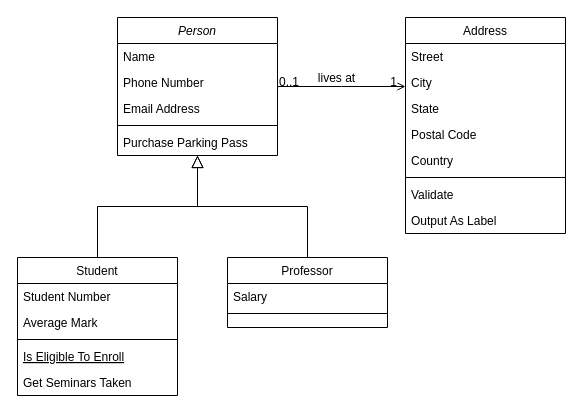
Hidalgo87/UdeMBank-Project keeps this draw.io diagram as Diagrama sin título.drawio. Above is the earlier version. Source tidied: cells renumbered, new cells numbered last; positions are measured from the earlier drawing's top-left corner, leaving out a move shared by most shapes. Both pictures are drawn from the tidied source at 100%, with x=0, y=0 at pixel (17, 17).
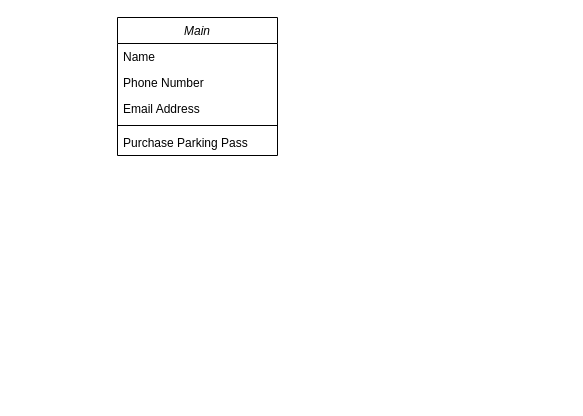
The same page after the edit.

Diff of the diagram source:
```diff
@@
-    <mxCell id="2" value="Person" style="swimlane;fontStyle=2;align=center;verticalAlign=top;horizontal=1;startSize=26;rounded=0;shadow=0;strokeWidth=1;" parent="1" vertex="1">
+    <mxCell id="2" value="Main" style="swimlane;fontStyle=2;align=center;verticalAlign=top;horizontal=1;startSize=26;rounded=0;shadow=0;strokeWidth=1;" parent="1" vertex="1">
       <mxGeometry x="100" width="160" height="138" as="geometry" />
     </mxCell>
@@
-    <mxCell id="8" value="Student" style="swimlane;fontStyle=0;align=center;verticalAlign=top;horizontal=1;startSize=26;rounded=0;shadow=0;strokeWidth=1;" parent="1" vertex="1">
-      <mxGeometry y="240" width="160" height="138" as="geometry" />
-    </mxCell>
-    <mxCell id="9" value="Student Number" style="text;align=left;verticalAlign=top;spacingLeft=4;spacingRight=4;overflow=hidden;" parent="8" vertex="1">
-      <mxGeometry y="26" width="160" height="26" as="geometry" />
-    </mxCell>
-    <mxCell id="10" value="Average Mark" style="text;align=left;verticalAlign=top;spacingLeft=4;spacingRight=4;overflow=hidden;rounded=0;shadow=0;html=0;" parent="8" vertex="1">
-      <mxGeometry y="52" width="160" height="26" as="geometry" />
-    </mxCell>
-    <mxCell id="11" style="line;html=1;strokeWidth=1;align=left;verticalAlign=middle;spacingTop=-1;spacingLeft=3;spacingRight=3;labelPosition=right;" parent="8" vertex="1">
-      <mxGeometry y="78" width="160" height="8" as="geometry" />
-    </mxCell>
-    <mxCell id="12" value="Is Eligible To Enroll" style="text;align=left;verticalAlign=top;spacingLeft=4;spacingRight=4;overflow=hidden;fontStyle=4;" parent="8" vertex="1">
-      <mxGeometry y="86" width="160" height="26" as="geometry" />
-    </mxCell>
-    <mxCell id="13" value="Get Seminars Taken" style="text;align=left;verticalAlign=top;spacingLeft=4;spacingRight=4;overflow=hidden;" parent="8" vertex="1">
-      <mxGeometry y="112" width="160" height="26" as="geometry" />
-    </mxCell>
-    <mxCell id="14" style="endArrow=block;endSize=10;endFill=0;shadow=0;strokeWidth=1;rounded=0;edgeStyle=elbowEdgeStyle;elbow=vertical;" parent="1" edge="1" source="8" target="2">
-      <mxGeometry relative="1" as="geometry" />
-    </mxCell>
-    <mxCell id="15" value="Professor" style="swimlane;fontStyle=0;align=center;verticalAlign=top;horizontal=1;startSize=26;rounded=0;shadow=0;strokeWidth=1;" parent="1" vertex="1">
-      <mxGeometry x="210" y="240" width="160" height="70" as="geometry" />
-    </mxCell>
-    <mxCell id="16" value="Salary" style="text;align=left;verticalAlign=top;spacingLeft=4;spacingRight=4;overflow=hidden;" parent="15" vertex="1">
-      <mxGeometry y="26" width="160" height="26" as="geometry" />
-    </mxCell>
-    <mxCell id="17" style="line;html=1;strokeWidth=1;align=left;verticalAlign=middle;spacingTop=-1;spacingLeft=3;spacingRight=3;labelPosition=right;" parent="15" vertex="1">
-      <mxGeometry y="52" width="160" height="8" as="geometry" />
-    </mxCell>
-    <mxCell id="18" style="endArrow=block;endSize=10;endFill=0;shadow=0;strokeWidth=1;rounded=0;edgeStyle=elbowEdgeStyle;elbow=vertical;" parent="1" edge="1" source="15" target="2">
-      <mxGeometry relative="1" as="geometry" />
-    </mxCell>
-    <mxCell id="19" value="Address" style="swimlane;fontStyle=0;align=center;verticalAlign=top;horizontal=1;startSize=26;rounded=0;shadow=0;strokeWidth=1;" parent="1" vertex="1">
-      <mxGeometry x="388" width="160" height="216" as="geometry" />
-    </mxCell>
-    <mxCell id="20" value="Street" style="text;align=left;verticalAlign=top;spacingLeft=4;spacingRight=4;overflow=hidden;" parent="19" vertex="1">
-      <mxGeometry y="26" width="160" height="26" as="geometry" />
-    </mxCell>
-    <mxCell id="21" value="City" style="text;align=left;verticalAlign=top;spacingLeft=4;spacingRight=4;overflow=hidden;rounded=0;shadow=0;html=0;" parent="19" vertex="1">
-      <mxGeometry y="52" width="160" height="26" as="geometry" />
-    </mxCell>
-    <mxCell id="22" value="State" style="text;align=left;verticalAlign=top;spacingLeft=4;spacingRight=4;overflow=hidden;rounded=0;shadow=0;html=0;" parent="19" vertex="1">
-      <mxGeometry y="78" width="160" height="26" as="geometry" />
-    </mxCell>
-    <mxCell id="23" value="Postal Code" style="text;align=left;verticalAlign=top;spacingLeft=4;spacingRight=4;overflow=hidden;rounded=0;shadow=0;html=0;" parent="19" vertex="1">
-      <mxGeometry y="104" width="160" height="26" as="geometry" />
-    </mxCell>
-    <mxCell id="24" value="Country" style="text;align=left;verticalAlign=top;spacingLeft=4;spacingRight=4;overflow=hidden;rounded=0;shadow=0;html=0;" parent="19" vertex="1">
-      <mxGeometry y="130" width="160" height="26" as="geometry" />
-    </mxCell>
-    <mxCell id="25" style="line;html=1;strokeWidth=1;align=left;verticalAlign=middle;spacingTop=-1;spacingLeft=3;spacingRight=3;labelPosition=right;" parent="19" vertex="1">
-      <mxGeometry y="156" width="160" height="8" as="geometry" />
-    </mxCell>
-    <mxCell id="26" value="Validate" style="text;align=left;verticalAlign=top;spacingLeft=4;spacingRight=4;overflow=hidden;" parent="19" vertex="1">
-      <mxGeometry y="164" width="160" height="26" as="geometry" />
-    </mxCell>
-    <mxCell id="27" value="Output As Label" style="text;align=left;verticalAlign=top;spacingLeft=4;spacingRight=4;overflow=hidden;" parent="19" vertex="1">
-      <mxGeometry y="190" width="160" height="26" as="geometry" />
-    </mxCell>
-    <mxCell id="28" style="endArrow=open;shadow=0;strokeWidth=1;rounded=0;endFill=1;edgeStyle=elbowEdgeStyle;elbow=vertical;" parent="1" edge="1" source="2" target="19">
-      <mxGeometry x="0.5" y="41" relative="1" as="geometry">
-        <mxPoint x="-40" y="32" as="offset" />
-      </mxGeometry>
-    </mxCell>
-    <mxCell id="29" value="0..1" style="align=left;verticalAlign=bottom;labelBackgroundColor=none;fontSize=12;" parent="28" vertex="1">
-      <mxGeometry x="-1" relative="1" as="geometry">
-        <mxPoint y="4" as="offset" />
-      </mxGeometry>
-    </mxCell>
-    <mxCell id="30" value="1" style="align=right;verticalAlign=bottom;labelBackgroundColor=none;fontSize=12;" parent="28" vertex="1">
-      <mxGeometry x="1" relative="1" as="geometry">
-        <mxPoint x="-7" y="4" as="offset" />
-      </mxGeometry>
-    </mxCell>
-    <mxCell id="31" value="lives at" style="text;html=1;align=center;verticalAlign=middle;labelBackgroundColor=none;rounded=0;shadow=0;strokeWidth=1;fontSize=12;" parent="28" vertex="1">
-      <mxGeometry x="0.5" y="49" relative="1" as="geometry">
-        <mxPoint x="-38" y="40" as="offset" />
-      </mxGeometry>
-    </mxCell>
```
